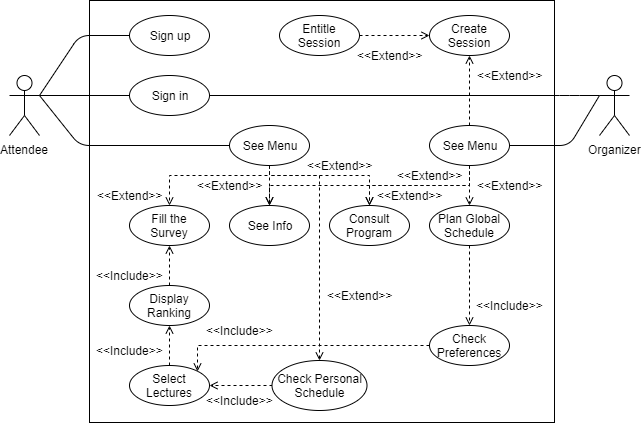
Above: docs/images/use_case.png in softeng-feup/open-cx-mib-refugees (draw.io), before the change. Source tidied: cells renumbered, new cells last; positions are measured from the earlier drawing's top-left corner, leaving out a move shared by most shapes.
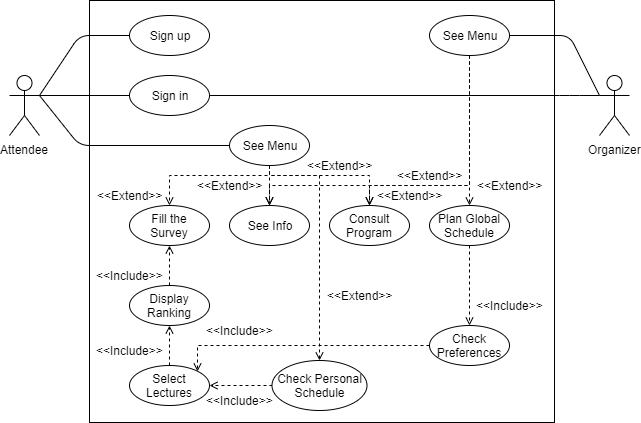
The same file after the commit.

What changed in the source:
```diff
@@ -35,12 +35,6 @@
     <mxCell id="12" value="Select Lectures" style="ellipse;whiteSpace=wrap;html=1;" parent="1" vertex="1">
       <mxGeometry x="120" y="365" width="80" height="40" as="geometry" />
     </mxCell>
-    <mxCell id="13" style="edgeStyle=orthogonalEdgeStyle;rounded=0;jettySize=auto;html=1;exitX=1;exitY=0.5;exitDx=0;exitDy=0;dashed=1;endArrow=open;endFill=0;" parent="1" edge="1" source="14" target="35">
-      <mxGeometry relative="1" as="geometry" />
-    </mxCell>
-    <mxCell id="14" value="Entitle Session" style="ellipse;whiteSpace=wrap;html=1;" parent="1" vertex="1">
-      <mxGeometry x="270" y="15" width="80" height="40" as="geometry" />
-    </mxCell>
     <mxCell id="15" style="edgeStyle=orthogonalEdgeStyle;rounded=0;jettySize=auto;html=1;exitX=0;exitY=0.5;exitDx=0;exitDy=0;entryX=1;entryY=0;entryDx=0;entryDy=0;dashed=1;endArrow=open;endFill=0;" parent="1" edge="1" source="16" target="12">
       <mxGeometry relative="1" as="geometry">
         <Array as="points">
@@ -125,12 +119,6 @@
     <mxCell id="33" value="&amp;lt;&amp;lt;Include&amp;gt;&amp;gt;" style="text;html=1;align=center;verticalAlign=middle;" parent="1" vertex="1">
       <mxGeometry x="460" y="295" width="80" height="20" as="geometry" />
     </mxCell>
-    <mxCell id="34" value="&amp;lt;&amp;lt;Extend&amp;gt;&amp;gt;" style="text;html=1;align=center;verticalAlign=middle;" parent="1" vertex="1">
-      <mxGeometry x="340" y="45" width="80" height="20" as="geometry" />
-    </mxCell>
-    <mxCell id="35" value="Create Session" style="ellipse;whiteSpace=wrap;html=1;" parent="1" vertex="1">
-      <mxGeometry x="420" y="15" width="80" height="40" as="geometry" />
-    </mxCell>
     <mxCell id="36" value="&amp;lt;&amp;lt;Extend&amp;gt;&amp;gt;" style="text;html=1;align=center;verticalAlign=middle;" parent="1" vertex="1">
       <mxGeometry x="80" y="185" width="80" height="20" as="geometry" />
     </mxCell>
@@ -168,18 +156,20 @@
       </mxGeometry>
     </mxCell>
     <mxCell id="45" style="edgeStyle=orthogonalEdgeStyle;rounded=0;jettySize=auto;html=1;exitX=0.5;exitY=1;exitDx=0;exitDy=0;dashed=1;endArrow=open;endFill=0;" parent="1" edge="1" source="47" target="32">
-      <mxGeometry relative="1" as="geometry" />
+      <mxGeometry relative="1" as="geometry">
+        <Array as="points">
+          <mxPoint x="460" y="185" />
+          <mxPoint x="260" y="185" />
+        </Array>
+      </mxGeometry>
     </mxCell>
-    <mxCell id="46" style="edgeStyle=orthogonalEdgeStyle;rounded=0;jettySize=auto;html=1;exitX=0.5;exitY=0;exitDx=0;exitDy=0;entryX=0.5;entryY=1;entryDx=0;entryDy=0;dashed=1;endArrow=open;endFill=0;" parent="1" edge="1" source="47" target="35">
-      <mxGeometry relative="1" as="geometry" />
-    </mxCell>
     <mxCell id="47" value="See Menu" style="ellipse;whiteSpace=wrap;html=1;" parent="1" vertex="1">
-      <mxGeometry x="420" y="125" width="80" height="40" as="geometry" />
+      <mxGeometry x="420" y="15" width="80" height="40" as="geometry" />
     </mxCell>
     <mxCell id="48" style="endArrow=none;html=1;entryX=0;entryY=0.3333333333333333;entryDx=0;entryDy=0;entryPerimeter=0;exitX=1;exitY=0.5;exitDx=0;exitDy=0;" parent="1" edge="1" source="47" target="4">
       <mxGeometry relative="1" as="geometry">
         <Array as="points">
-          <mxPoint x="560" y="145" />
+          <mxPoint x="560" y="35" />
         </Array>
       </mxGeometry>
     </mxCell>
@@ -189,8 +179,5 @@
     <mxCell id="50" value="&amp;lt;&amp;lt;Extend&amp;gt;&amp;gt;" style="text;html=1;align=center;verticalAlign=middle;" parent="1" vertex="1">
       <mxGeometry x="380" y="165" width="80" height="20" as="geometry" />
     </mxCell>
-    <mxCell id="51" value="&amp;lt;&amp;lt;Extend&amp;gt;&amp;gt;" style="text;html=1;align=center;verticalAlign=middle;" parent="1" vertex="1">
-      <mxGeometry x="460" y="65" width="80" height="20" as="geometry" />
-    </mxCell>
   </root>
 </mxGraphModel>
```
